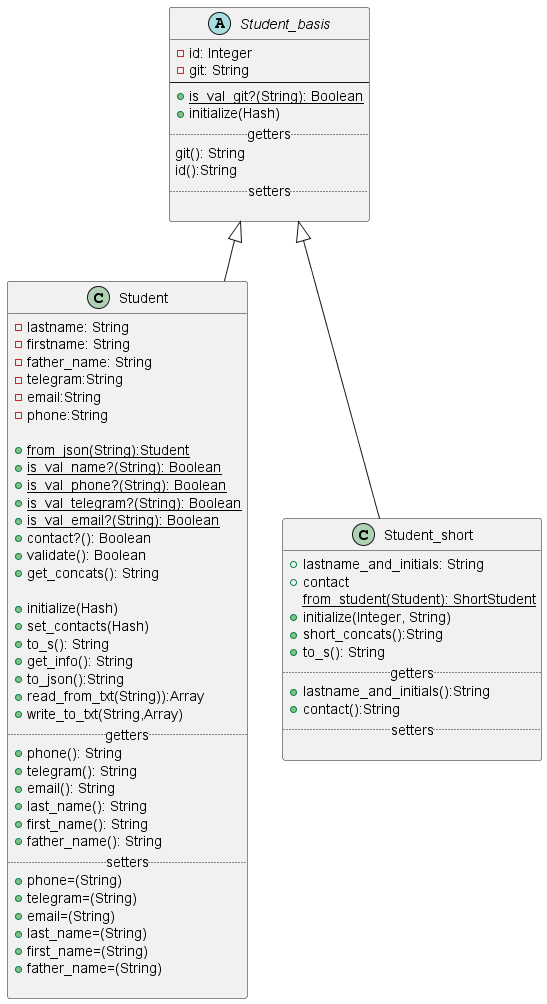
Above: lab2/student_diagrams.png in ColdEiler/pattern (PlantUML), before the change.
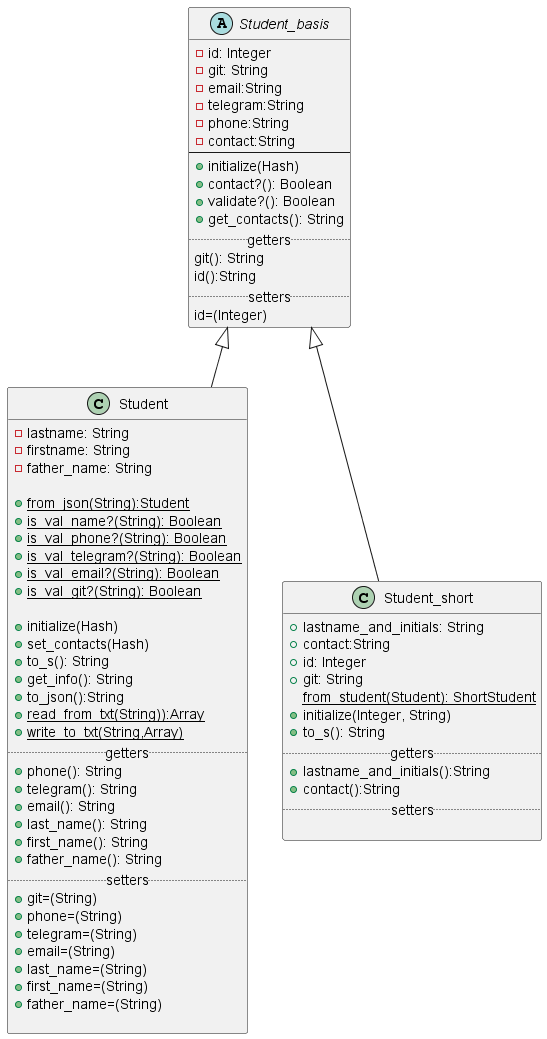
The same file after the commit.

Commit message:
Изменил диаграмму

The edit, as a diff of the source:
```diff
@@ -3,40 +3,41 @@
 abstract class Student_basis{
      -id: Integer
      -git: String
+     -email:String
+     -telegram:String
+     -phone:String
+     -contact:String
 --
-     +{static}is_val_git?(String): Boolean
      +initialize(Hash)
+     +contact?(): Boolean
+     +validate?(): Boolean
+     +get_contacts(): String
      .. getters..
      git(): String
      id():String
      .. setters ..
-
+     id=(Integer)
 }
 
 class Student extends Student_basis{
      -lastname: String
      -firstname: String
      -father_name: String
-     -telegram:String
-     -email:String
-     -phone:String
 
      +{static}from_json(String):Student
      +{static}is_val_name?(String): Boolean
      +{static}is_val_phone?(String): Boolean
      +{static}is_val_telegram?(String): Boolean
      +{static}is_val_email?(String): Boolean
-     +contact?(): Boolean
-     +validate(): Boolean
-     +get_concats(): String
+     +{static}is_val_git?(String): Boolean
 
      +initialize(Hash)
      +set_contacts(Hash)
      +to_s(): String
      +get_info(): String
      +to_json():String
-     +read_from_txt(String)):Array
-     +write_to_txt(String,Array)
+     +{static}read_from_txt(String)):Array
+     +{static}write_to_txt(String,Array)
      .. getters ..
      +phone(): String
      +telegram(): String
@@ -45,6 +46,7 @@
      +first_name(): String
      +father_name(): String
      .. setters ..
+     +git=(String)
      +phone=(String)
      +telegram=(String)
      +email=(String)
@@ -56,10 +58,11 @@
 
 class Student_short extends Student_basis{
      +lastname_and_initials: String
-     +contact
+     +contact:String
+     +id: Integer
+     +git: String
      {static}from_student(Student): ShortStudent
      +initialize(Integer, String)
-     +short_concats():String
      +to_s(): String
      .. getters ..
      +lastname_and_initials():String
```
